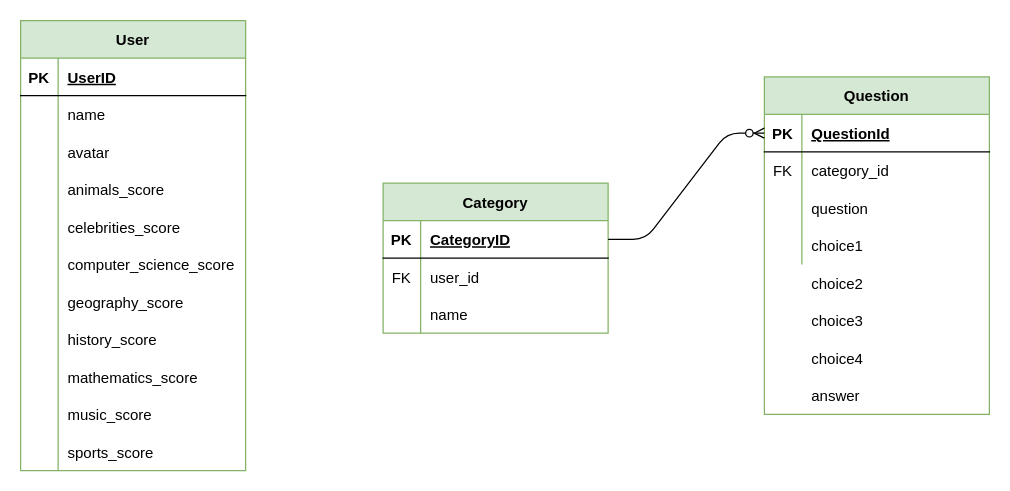
The draw.io diagram erd.drawio in fentybit/KnowItAll_backend, before the edit. Source tidied: cells renumbered, new cells numbered last; positions are measured from the earlier drawing's top-left corner, leaving out a move shared by most shapes. Both pictures are drawn from the tidied source at 125%, with x=0, y=0 at pixel (20, 20).
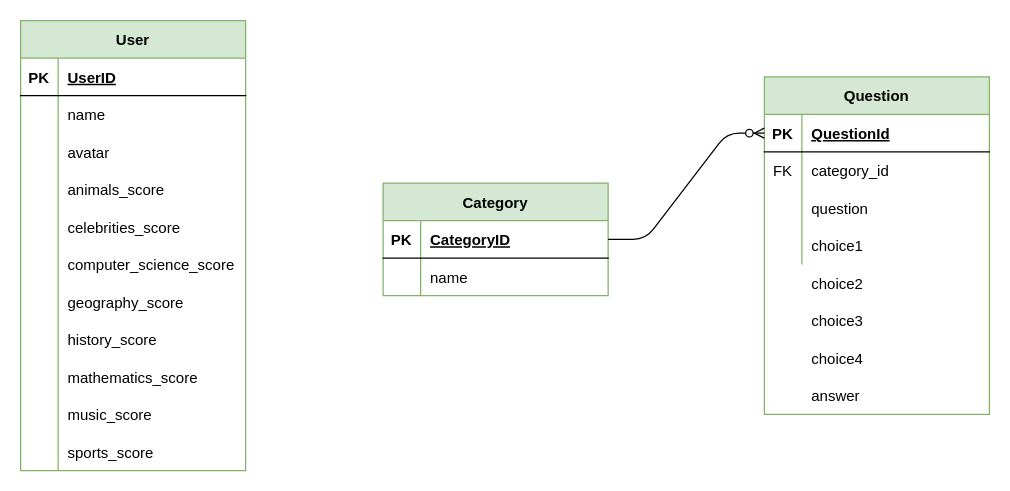
The same diagram, later.

Unchanged cells that the change refers to:
```xml
<mxCell id="40" style="shape=partialRectangle;fillColor=none;top=0;left=0;bottom=0;right=0;" parent="36" vertex="1">
  <mxGeometry y="60" width="180" height="30" as="geometry" />
</mxCell>
```

Change to the diagram source:
```diff
@@
     <mxCell id="36" value="Category" style="shape=table;startSize=30;childLayout=tableLayout;rowLines=0;fontStyle=1;align=center;strokeColor=#82b366;fillColor=#d5e8d4;" parent="1" vertex="1">
-      <mxGeometry x="290" y="130" width="180" height="120" as="geometry" />
+      <mxGeometry x="290" y="130" width="180" height="90" as="geometry" />
     </mxCell>
@@
-    <mxCell id="41" value="FK" style="shape=partialRectangle;fillColor=none;top=0;left=0;bottom=0;right=0;overflow=hidden;" parent="40" vertex="1">
+    <mxCell id="41" style="shape=partialRectangle;fillColor=none;top=0;left=0;bottom=0;right=0;overflow=hidden;" parent="40" vertex="1">
       <mxGeometry width="30" height="30" as="geometry" />
     </mxCell>
-    <mxCell id="42" value="user_id" style="shape=partialRectangle;fillColor=none;top=0;left=0;bottom=0;right=0;align=left;spacingLeft=6;overflow=hidden;" parent="40" vertex="1">
+    <mxCell id="42" value="name" style="shape=partialRectangle;fillColor=none;top=0;left=0;bottom=0;right=0;align=left;spacingLeft=6;overflow=hidden;" parent="40" vertex="1">
       <mxGeometry x="30" width="150" height="30" as="geometry" />
     </mxCell>
-    <mxCell id="43" style="shape=partialRectangle;fillColor=none;top=0;left=0;bottom=0;right=0;" parent="36" vertex="1">
-      <mxGeometry y="90" width="180" height="30" as="geometry" />
-    </mxCell>
-    <mxCell id="44" style="shape=partialRectangle;fillColor=none;top=0;left=0;bottom=0;right=0;overflow=hidden;" parent="43" vertex="1">
-      <mxGeometry width="30" height="30" as="geometry" />
-    </mxCell>
-    <mxCell id="45" value="name" style="shape=partialRectangle;fillColor=none;top=0;left=0;bottom=0;right=0;align=left;spacingLeft=6;overflow=hidden;" parent="43" vertex="1">
-      <mxGeometry x="30" width="150" height="30" as="geometry" />
-    </mxCell>
```
